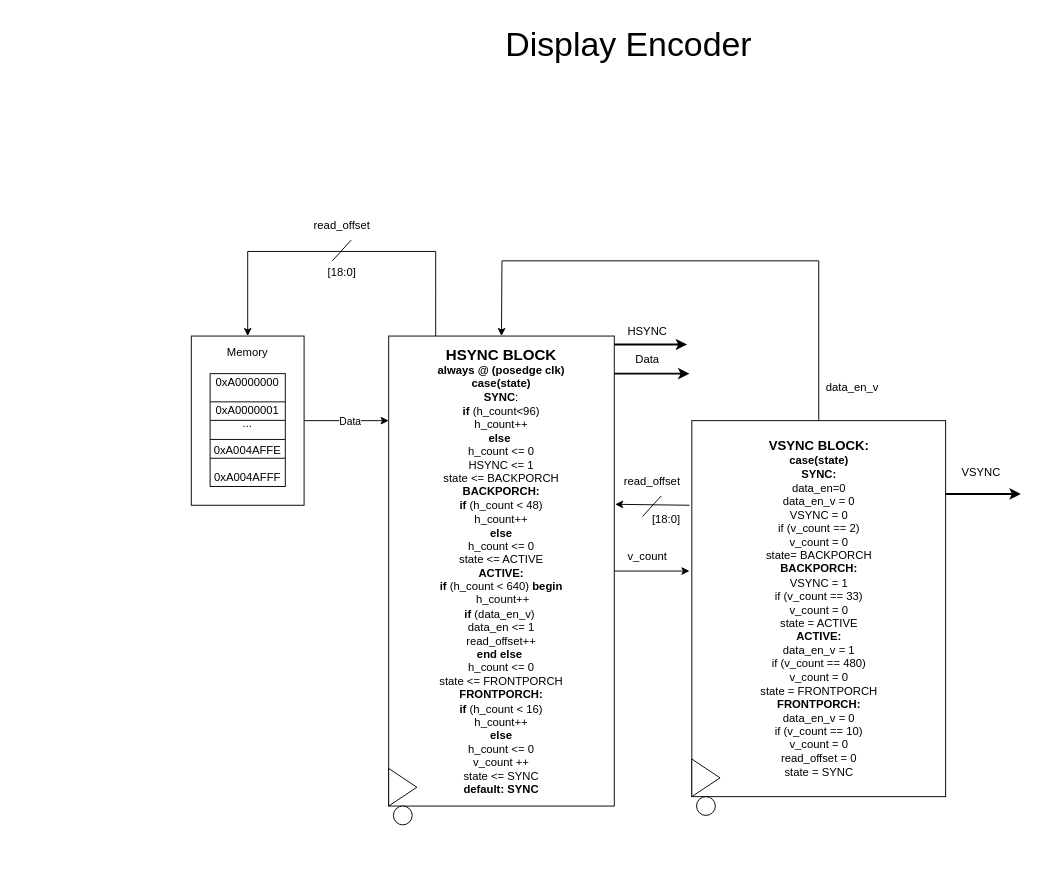
limichael246/STARS_2024 keeps this draw.io diagram as Display_Encoder.drawio. Above is the earlier version. Source tidied: cells renumbered, new cells numbered last; positions are measured from the earlier drawing's top-left corner, leaving out a move shared by most shapes. Both pictures are drawn from the tidied source at 94%, with x=0, y=0 at pixel (191, 16).
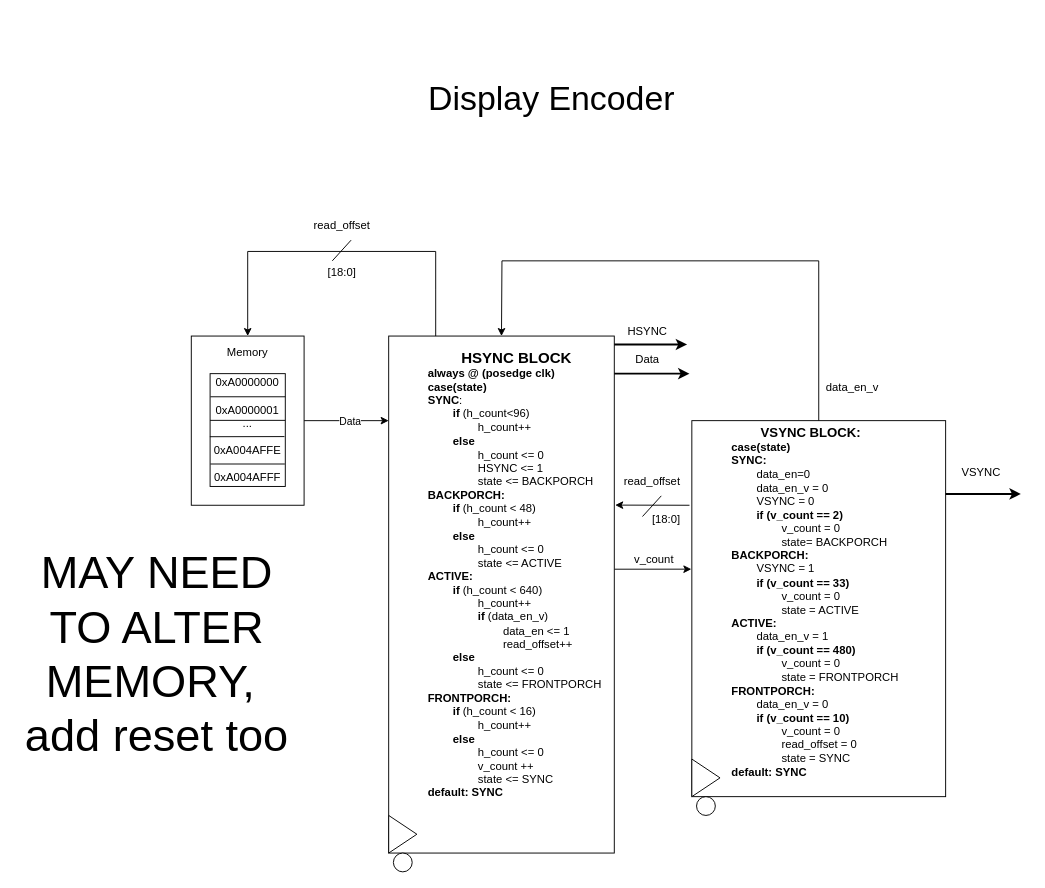
Above is the later version.

The change refers to these unchanged cells:
```xml
<mxCell id="6" value="0xA0000000&lt;div&gt;&lt;br&gt;&lt;div&gt;0xA0000001&lt;/div&gt;&lt;div&gt;&lt;span style=&quot;background-color: initial;&quot;&gt;...&lt;/span&gt;&lt;br&gt;&lt;/div&gt;&lt;div&gt;&lt;span style=&quot;background-color: initial;&quot;&gt;&lt;br&gt;&lt;/span&gt;&lt;/div&gt;&lt;div&gt;&lt;span style=&quot;background-color: initial;&quot;&gt;0xA004AFFE&lt;/span&gt;&lt;br&gt;&lt;/div&gt;&lt;div&gt;&lt;br&gt;&lt;/div&gt;&lt;div&gt;&lt;div&gt;0xA004AFFF&lt;/div&gt;&lt;/div&gt;&lt;/div&gt;" style="whiteSpace=wrap;html=1;" parent="1" vertex="1">
  <mxGeometry x="20" y="380" width="80" height="120" as="geometry" />
</mxCell>
```

Change to the diagram source:
```diff
@@
     <mxCell id="2" value="&lt;font style=&quot;font-size: 36px;&quot;&gt;Display Encoder&lt;/font&gt;" style="text;html=1;align=center;verticalAlign=middle;strokeColor=none;fillColor=none;" parent="1" vertex="1">
-      <mxGeometry x="320" width="290" height="60" as="geometry" />
+      <mxGeometry x="238" y="57" width="290" height="60" as="geometry" />
     </mxCell>
@@
-    <mxCell id="8" style="edgeStyle=none;rounded=0;orthogonalLoop=1;jettySize=auto;html=1;exitX=0;exitY=0.5;exitDx=0;exitDy=0;entryX=1;entryY=0.5;entryDx=0;entryDy=0;endArrow=none;endFill=0;" parent="1" edge="1">
-      <mxGeometry relative="1" as="geometry">
-        <mxPoint x="20" y="410" as="sourcePoint" />
-        <mxPoint x="100" y="410" as="targetPoint" />
-      </mxGeometry>
+    <mxCell id="8" style="edgeStyle=none;rounded=0;orthogonalLoop=1;jettySize=auto;html=1;exitX=0.004;exitY=0.205;exitDx=0;exitDy=0;entryX=1.001;entryY=0.205;entryDx=0;entryDy=0;endArrow=none;endFill=0;exitPerimeter=0;entryPerimeter=0;" parent="1" edge="1" source="6" target="6">
+      <mxGeometry relative="1" as="geometry" />
     </mxCell>
-    <mxCell id="9" style="edgeStyle=none;rounded=0;orthogonalLoop=1;jettySize=auto;html=1;exitX=0;exitY=0.5;exitDx=0;exitDy=0;entryX=1;entryY=0.5;entryDx=0;entryDy=0;endArrow=none;endFill=0;" parent="1" edge="1">
-      <mxGeometry relative="1" as="geometry">
-        <mxPoint x="20" y="470" as="sourcePoint" />
-        <mxPoint x="100" y="470" as="targetPoint" />
-      </mxGeometry>
+    <mxCell id="9" style="edgeStyle=none;rounded=0;orthogonalLoop=1;jettySize=auto;html=1;exitX=0.004;exitY=0.801;exitDx=0;exitDy=0;entryX=0.994;entryY=0.801;entryDx=0;entryDy=0;endArrow=none;endFill=0;exitPerimeter=0;entryPerimeter=0;" parent="1" edge="1" source="6" target="6">
+      <mxGeometry relative="1" as="geometry" />
     </mxCell>
-    <mxCell id="10" style="edgeStyle=none;rounded=0;orthogonalLoop=1;jettySize=auto;html=1;exitX=0;exitY=0.5;exitDx=0;exitDy=0;entryX=1;entryY=0.5;entryDx=0;entryDy=0;endArrow=none;endFill=0;" parent="1" edge="1">
-      <mxGeometry relative="1" as="geometry">
-        <mxPoint x="20" y="450" as="sourcePoint" />
-        <mxPoint x="100" y="450" as="targetPoint" />
-      </mxGeometry>
+    <mxCell id="10" style="edgeStyle=none;rounded=0;orthogonalLoop=1;jettySize=auto;html=1;exitX=-0.003;exitY=0.559;exitDx=0;exitDy=0;entryX=0.989;entryY=0.558;entryDx=0;entryDy=0;endArrow=none;endFill=0;exitPerimeter=0;entryPerimeter=0;" parent="1" edge="1" source="6" target="6">
+      <mxGeometry relative="1" as="geometry" />
     </mxCell>
-    <mxCell id="11" style="edgeStyle=none;rounded=0;jettySize=auto;html=1;exitX=1;exitY=0.5;exitDx=0;exitDy=0;" parent="1" edge="1" source="12">
+    <mxCell id="11" style="edgeStyle=none;rounded=0;jettySize=auto;html=1;exitX=1;exitY=0.451;exitDx=0;exitDy=0;exitPerimeter=0;" parent="1" edge="1" source="12">
       <mxGeometry relative="1" as="geometry">
-        <mxPoint x="530" y="590" as="targetPoint" />
+        <mxPoint x="532" y="588" as="targetPoint" />
       </mxGeometry>
     </mxCell>
-    <mxCell id="12" value="&lt;div&gt;&lt;b&gt;&lt;font size=&quot;3&quot;&gt;HSYNC BLOCK&lt;/font&gt;&lt;/b&gt;&lt;/div&gt;&lt;b&gt;always @ (posedge clk)&lt;/b&gt;&lt;div&gt;&lt;b&gt;case(state)&lt;/b&gt;&lt;/div&gt;&lt;div&gt;&lt;b&gt;SYNC&lt;/b&gt;:&lt;/div&gt;&lt;div&gt;&lt;b&gt;if &lt;/b&gt;(h_count&amp;lt;96)&lt;/div&gt;&lt;div&gt;h_count++&lt;/div&gt;&lt;div&gt;&lt;b&gt;else&lt;/b&gt;&amp;nbsp;&lt;/div&gt;&lt;div&gt;h_count &amp;lt;= 0&lt;/div&gt;&lt;div&gt;HSYNC &amp;lt;= 1&lt;/div&gt;&lt;div&gt;state &amp;lt;= BACKPORCH&lt;/div&gt;&lt;div&gt;&lt;b&gt;BACKPORCH:&lt;/b&gt;&lt;/div&gt;&lt;div&gt;&lt;b&gt;if&amp;nbsp;&lt;/b&gt;(h_count &amp;lt; 48)&lt;/div&gt;&lt;div&gt;h_count++&lt;/div&gt;&lt;div&gt;&lt;b&gt;else&lt;/b&gt;&lt;/div&gt;&lt;div&gt;h_count &amp;lt;= 0&lt;/div&gt;&lt;div&gt;state &amp;lt;= ACTIVE&lt;/div&gt;&lt;div&gt;&lt;b&gt;ACTIVE:&lt;/b&gt;&lt;/div&gt;&lt;div&gt;&lt;b&gt;if&lt;/b&gt; (h_count &amp;lt; 640) &lt;b&gt;begin&lt;/b&gt;&lt;/div&gt;&lt;div&gt;&amp;nbsp;h_count++&lt;/div&gt;&lt;div&gt;&lt;b style=&quot;background-color: initial;&quot;&gt;if &lt;/b&gt;&lt;span style=&quot;background-color: initial;&quot;&gt;(data_en_v)&amp;nbsp;&lt;/span&gt;&lt;/div&gt;&lt;div&gt;data_en &amp;lt;= 1&lt;/div&gt;&lt;div&gt;read_offset++&lt;/div&gt;&lt;div&gt;&lt;b&gt;end else&amp;nbsp;&lt;/b&gt;&lt;/div&gt;&lt;div&gt;h_count &amp;lt;= 0&lt;/div&gt;&lt;div&gt;state &amp;lt;= FRONTPORCH&lt;/div&gt;&lt;div&gt;&lt;b&gt;FRONTPORCH:&lt;/b&gt;&lt;/div&gt;&lt;div&gt;&lt;b&gt;if &lt;/b&gt;(h_count &amp;lt; 16)&lt;/div&gt;&lt;div&gt;h_count++&lt;/div&gt;&lt;div&gt;&lt;b&gt;else&lt;/b&gt;&lt;/div&gt;&lt;div&gt;h_count &amp;lt;= 0&lt;/div&gt;&lt;div&gt;v_count ++&lt;/div&gt;&lt;div&gt;state &amp;lt;= SYNC&lt;/div&gt;&lt;div&gt;&lt;b&gt;default: SYNC&lt;/b&gt;&lt;/div&gt;" style="whiteSpace=wrap;html=1;" parent="1" vertex="1">
-      <mxGeometry x="210" y="340" width="240" height="500" as="geometry" />
+    <mxCell id="12" value="&lt;blockquote style=&quot;margin: 0 0 0 40px; border: none; padding: 0px;&quot;&gt;&lt;div&gt;&lt;b&gt;&lt;font size=&quot;3&quot;&gt;&lt;span style=&quot;white-space: pre;&quot;&gt;&#9;&lt;/span&gt;HSYNC BLOCK&lt;/font&gt;&lt;/b&gt;&lt;/div&gt;&lt;b&gt;always @ (posedge clk)&lt;/b&gt;&lt;div&gt;&lt;b&gt;case(state)&lt;/b&gt;&lt;/div&gt;&lt;div&gt;&lt;b&gt;SYNC&lt;/b&gt;:&lt;/div&gt;&lt;div&gt;&lt;b&gt;&lt;span style=&quot;white-space: pre;&quot;&gt;&#9;&lt;/span&gt;if &lt;/b&gt;(h_count&amp;lt;96)&lt;/div&gt;&lt;div&gt;&lt;span style=&quot;white-space: pre;&quot;&gt;&#9;&lt;/span&gt;&lt;span style=&quot;white-space: pre;&quot;&gt;&#9;&lt;/span&gt;h_count++&lt;/div&gt;&lt;div&gt;&lt;b&gt;&lt;span style=&quot;white-space: pre;&quot;&gt;&#9;&lt;/span&gt;else&lt;/b&gt;&amp;nbsp;&lt;/div&gt;&lt;div&gt;&lt;span style=&quot;white-space: pre;&quot;&gt;&#9;&lt;/span&gt;&lt;span style=&quot;white-space: pre;&quot;&gt;&#9;&lt;/span&gt;h_count &amp;lt;= 0&lt;/div&gt;&lt;div&gt;&lt;span style=&quot;white-space: pre;&quot;&gt;&#9;&lt;/span&gt;&lt;span style=&quot;white-space: pre;&quot;&gt;&#9;&lt;/span&gt;HSYNC &amp;lt;= 1&lt;/div&gt;&lt;div&gt;&lt;span style=&quot;white-space: pre;&quot;&gt;&#9;&lt;/span&gt;&lt;span style=&quot;white-space: pre;&quot;&gt;&#9;&lt;/span&gt;state &amp;lt;= BACKPORCH&lt;/div&gt;&lt;div&gt;&lt;b&gt;BACKPORCH:&lt;/b&gt;&lt;/div&gt;&lt;div&gt;&lt;b&gt;&lt;span style=&quot;white-space: pre;&quot;&gt;&#9;&lt;/span&gt;if&amp;nbsp;&lt;/b&gt;(h_count &amp;lt; 48)&lt;/div&gt;&lt;div&gt;&lt;span style=&quot;white-space: pre;&quot;&gt;&#9;&lt;/span&gt;&lt;span style=&quot;white-space: pre;&quot;&gt;&#9;&lt;/span&gt;h_count++&lt;/div&gt;&lt;div&gt;&lt;b&gt;&lt;span style=&quot;white-space: pre;&quot;&gt;&#9;&lt;/span&gt;else&lt;/b&gt;&lt;/div&gt;&lt;div&gt;&lt;span style=&quot;white-space: pre;&quot;&gt;&#9;&lt;/span&gt;&lt;span style=&quot;white-space: pre;&quot;&gt;&#9;&lt;/span&gt;h_count &amp;lt;= 0&lt;/div&gt;&lt;div&gt;&lt;span style=&quot;white-space: pre;&quot;&gt;&#9;&lt;/span&gt;&lt;span style=&quot;white-space: pre;&quot;&gt;&#9;&lt;/span&gt;state &amp;lt;= ACTIVE&lt;/div&gt;&lt;div&gt;&lt;b&gt;ACTIVE:&lt;/b&gt;&lt;/div&gt;&lt;div&gt;&lt;b&gt;&lt;span style=&quot;white-space: pre;&quot;&gt;&#9;&lt;/span&gt;if&lt;/b&gt; (h_count &amp;lt; 640)&amp;nbsp;&lt;/div&gt;&lt;div&gt;&amp;nbsp;&lt;span style=&quot;white-space: pre;&quot;&gt;&#9;&lt;/span&gt;&lt;span style=&quot;white-space: pre;&quot;&gt;&#9;&lt;/span&gt;h_count++&lt;/div&gt;&lt;div&gt;&lt;b style=&quot;background-color: initial;&quot;&gt;&lt;span style=&quot;white-space: pre;&quot;&gt;&#9;&lt;span style=&quot;white-space: pre;&quot;&gt;&#9;&lt;/span&gt;&lt;/span&gt;if &lt;/b&gt;&lt;span style=&quot;background-color: initial;&quot;&gt;(data_en_v)&amp;nbsp;&lt;/span&gt;&lt;/div&gt;&lt;div&gt;&lt;span style=&quot;white-space: pre;&quot;&gt;&#9;&lt;/span&gt;&lt;span style=&quot;white-space: pre;&quot;&gt;&#9;&lt;span style=&quot;white-space: pre;&quot;&gt;&#9;&lt;/span&gt;&lt;/span&gt;data_en &amp;lt;= 1&lt;/div&gt;&lt;div&gt;&lt;span style=&quot;white-space: pre;&quot;&gt;&#9;&lt;/span&gt;&lt;span style=&quot;white-space: pre;&quot;&gt;&#9;&lt;span style=&quot;white-space: pre;&quot;&gt;&#9;&lt;/span&gt;&lt;/span&gt;read_offset++&lt;/div&gt;&lt;div&gt;&lt;b&gt;&lt;span style=&quot;white-space: pre;&quot;&gt;&#9;&lt;/span&gt;else&amp;nbsp;&lt;/b&gt;&lt;/div&gt;&lt;div&gt;&lt;span style=&quot;white-space: pre;&quot;&gt;&#9;&lt;/span&gt;&lt;span style=&quot;white-space: pre;&quot;&gt;&#9;&lt;/span&gt;h_count &amp;lt;= 0&lt;/div&gt;&lt;div&gt;&lt;span style=&quot;white-space: pre;&quot;&gt;&#9;&lt;/span&gt;&lt;span style=&quot;white-space: pre;&quot;&gt;&#9;&lt;/span&gt;state &amp;lt;= FRONTPORCH&lt;/div&gt;&lt;div&gt;&lt;b&gt;FRONTPORCH:&lt;/b&gt;&lt;/div&gt;&lt;div&gt;&lt;b&gt;&lt;span style=&quot;white-space: pre;&quot;&gt;&#9;&lt;/span&gt;if &lt;/b&gt;(h_count &amp;lt; 16)&lt;/div&gt;&lt;div&gt;&lt;span style=&quot;white-space: pre;&quot;&gt;&#9;&lt;/span&gt;&lt;span style=&quot;white-space: pre;&quot;&gt;&#9;&lt;/span&gt;h_count++&lt;/div&gt;&lt;div&gt;&lt;b&gt;&lt;span style=&quot;white-space: pre;&quot;&gt;&#9;&lt;/span&gt;else&lt;/b&gt;&lt;/div&gt;&lt;div&gt;&lt;span style=&quot;white-space: pre;&quot;&gt;&#9;&lt;/span&gt;&lt;span style=&quot;white-space: pre;&quot;&gt;&#9;&lt;/span&gt;h_count &amp;lt;= 0&lt;/div&gt;&lt;div&gt;&lt;span style=&quot;white-space: pre;&quot;&gt;&#9;&lt;/span&gt;&lt;span style=&quot;white-space: pre;&quot;&gt;&#9;&lt;/span&gt;v_count ++&lt;/div&gt;&lt;div&gt;&lt;span style=&quot;white-space: pre;&quot;&gt;&#9;&lt;span style=&quot;white-space: pre;&quot;&gt;&#9;&lt;/span&gt;&lt;/span&gt;state &amp;lt;= SYNC&lt;/div&gt;&lt;div&gt;&lt;b&gt;default: SYNC&lt;/b&gt;&lt;/div&gt;&lt;div&gt;&lt;b&gt;&lt;br&gt;&lt;/b&gt;&lt;/div&gt;&lt;div&gt;&lt;b&gt;&lt;br&gt;&lt;/b&gt;&lt;/div&gt;&lt;/blockquote&gt;&lt;div&gt;&lt;b&gt;&lt;br&gt;&lt;/b&gt;&lt;/div&gt;" style="whiteSpace=wrap;html=1;align=left;" parent="1" vertex="1">
+      <mxGeometry x="210" y="340" width="240" height="550" as="geometry" />
     </mxCell>
     <mxCell id="13" style="triangle;whiteSpace=wrap;html=1;" parent="1" vertex="1">
-      <mxGeometry x="210" y="800" width="30" height="40" as="geometry" />
+      <mxGeometry x="210" y="850" width="30" height="40" as="geometry" />
     </mxCell>
     <mxCell id="14" style="ellipse;whiteSpace=wrap;html=1;" parent="1" vertex="1">
-      <mxGeometry x="215" y="840" width="20" height="20" as="geometry" />
+      <mxGeometry x="215" y="890" width="20" height="20" as="geometry" />
     </mxCell>
@@
-    <mxCell id="17" value="&lt;b&gt;&lt;font style=&quot;font-size: 14px;&quot;&gt;VSYNC BLOCK:&lt;/font&gt;&lt;/b&gt;&lt;div&gt;&lt;b&gt;case(state)&lt;/b&gt;&lt;/div&gt;&lt;div&gt;&lt;b&gt;SYNC:&lt;/b&gt;&lt;br&gt;&lt;div&gt;data_en=0&lt;/div&gt;&lt;div&gt;data_en_v = 0&lt;/div&gt;&lt;div&gt;VSYNC = 0&lt;/div&gt;&lt;div&gt;&lt;div&gt;if (v_count == 2)&lt;/div&gt;&lt;div&gt;v_count = 0&lt;/div&gt;&lt;/div&gt;&lt;div&gt;state= BACKPORCH&lt;/div&gt;&lt;div&gt;&lt;b&gt;BACKPORCH:&lt;/b&gt;&lt;/div&gt;&lt;div&gt;VSYNC = 1&lt;/div&gt;&lt;div&gt;&lt;div&gt;&lt;div&gt;if (v_count == 33)&lt;/div&gt;&lt;div&gt;v_count = 0&lt;/div&gt;&lt;/div&gt;&lt;div&gt;state = ACTIVE&lt;/div&gt;&lt;/div&gt;&lt;div&gt;&lt;b&gt;ACTIVE:&lt;/b&gt;&lt;/div&gt;&lt;div&gt;data_en_v = 1&lt;/div&gt;&lt;div&gt;&lt;div&gt;&lt;div&gt;if (v_count == 480)&lt;/div&gt;&lt;div&gt;v_count = 0&lt;/div&gt;&lt;/div&gt;&lt;div&gt;state = FRONTPORCH&lt;/div&gt;&lt;/div&gt;&lt;div&gt;&lt;b&gt;FRONTPORCH:&lt;/b&gt;&lt;br&gt;&lt;/div&gt;&lt;div&gt;data_en_v = 0&lt;/div&gt;&lt;/div&gt;&lt;div&gt;&lt;div&gt;&lt;div&gt;if (v_count == 10)&lt;/div&gt;&lt;div&gt;v_count = 0&lt;/div&gt;&lt;/div&gt;&lt;div&gt;read_offset = 0&lt;/div&gt;&lt;div&gt;state = SYNC&lt;/div&gt;&lt;/div&gt;" style="whiteSpace=wrap;html=1;" parent="1" vertex="1">
+    <mxCell id="17" value="&lt;blockquote style=&quot;margin: 0 0 0 40px; border: none; padding: 0px;&quot;&gt;&lt;b&gt;&lt;font style=&quot;font-size: 14px;&quot;&gt;&lt;span style=&quot;white-space: pre;&quot;&gt;&#9;&lt;/span&gt;VSYNC BLOCK:&lt;/font&gt;&lt;/b&gt;&lt;div&gt;&lt;b&gt;case(state)&lt;/b&gt;&lt;/div&gt;&lt;div&gt;&lt;b&gt;SYNC:&lt;/b&gt;&lt;/div&gt;&lt;div&gt;&lt;div&gt;&lt;span style=&quot;white-space: pre;&quot;&gt;&#9;&lt;/span&gt;data_en=0&lt;/div&gt;&lt;/div&gt;&lt;div&gt;&lt;div&gt;&lt;span style=&quot;white-space: pre;&quot;&gt;&#9;&lt;/span&gt;data_en_v = 0&lt;/div&gt;&lt;/div&gt;&lt;div&gt;&lt;div&gt;&lt;span style=&quot;white-space: pre;&quot;&gt;&#9;&lt;/span&gt;VSYNC = 0&lt;/div&gt;&lt;/div&gt;&lt;div&gt;&lt;div&gt;&lt;div&gt;&lt;b&gt;&lt;span style=&quot;white-space: pre;&quot;&gt;&#9;&lt;/span&gt;if (v_count == 2)&lt;/b&gt;&lt;/div&gt;&lt;/div&gt;&lt;/div&gt;&lt;div&gt;&lt;div&gt;&lt;div&gt;&lt;span style=&quot;white-space: pre;&quot;&gt;&#9;&lt;span style=&quot;white-space: pre;&quot;&gt;&#9;&lt;/span&gt;&lt;/span&gt;v_count = 0&lt;/div&gt;&lt;/div&gt;&lt;/div&gt;&lt;div&gt;&lt;div&gt;&lt;span style=&quot;white-space: pre;&quot;&gt;&#9;&lt;span style=&quot;white-space: pre;&quot;&gt;&#9;&lt;/span&gt;&lt;/span&gt;state= BACKPORCH&lt;/div&gt;&lt;/div&gt;&lt;div&gt;&lt;div&gt;&lt;b&gt;BACKPORCH:&lt;/b&gt;&lt;/div&gt;&lt;/div&gt;&lt;div&gt;&lt;div&gt;&lt;span style=&quot;white-space: pre;&quot;&gt;&#9;&lt;/span&gt;VSYNC = 1&lt;/div&gt;&lt;/div&gt;&lt;div&gt;&lt;div&gt;&lt;div&gt;&lt;div&gt;&lt;b&gt;&lt;span style=&quot;white-space: pre;&quot;&gt;&#9;&lt;/span&gt;if (v_count == 33)&lt;/b&gt;&lt;/div&gt;&lt;/div&gt;&lt;/div&gt;&lt;/div&gt;&lt;div&gt;&lt;div&gt;&lt;div&gt;&lt;div&gt;&lt;span style=&quot;white-space: pre;&quot;&gt;&#9;&lt;span style=&quot;white-space: pre;&quot;&gt;&#9;&lt;/span&gt;&lt;/span&gt;v_count = 0&lt;/div&gt;&lt;/div&gt;&lt;/div&gt;&lt;/div&gt;&lt;div&gt;&lt;div&gt;&lt;div&gt;&lt;span style=&quot;white-space: pre;&quot;&gt;&#9;&lt;span style=&quot;white-space: pre;&quot;&gt;&#9;&lt;/span&gt;&lt;/span&gt;state = ACTIVE&lt;/div&gt;&lt;/div&gt;&lt;/div&gt;&lt;div&gt;&lt;div&gt;&lt;b&gt;ACTIVE:&lt;/b&gt;&lt;/div&gt;&lt;/div&gt;&lt;div&gt;&lt;div&gt;&lt;span style=&quot;white-space: pre;&quot;&gt;&#9;&lt;/span&gt;data_en_v = 1&lt;/div&gt;&lt;/div&gt;&lt;div&gt;&lt;div&gt;&lt;div&gt;&lt;div&gt;&lt;b&gt;&lt;span style=&quot;white-space: pre;&quot;&gt;&#9;&lt;/span&gt;if (v_count == 480)&lt;/b&gt;&lt;/div&gt;&lt;/div&gt;&lt;/div&gt;&lt;/div&gt;&lt;div&gt;&lt;div&gt;&lt;div&gt;&lt;div&gt;&lt;span style=&quot;white-space: pre;&quot;&gt;&#9;&lt;/span&gt;&lt;span style=&quot;white-space: pre;&quot;&gt;&#9;&lt;/span&gt;v_count = 0&lt;/div&gt;&lt;/div&gt;&lt;/div&gt;&lt;/div&gt;&lt;div&gt;&lt;div&gt;&lt;div&gt;&lt;span style=&quot;white-space: pre;&quot;&gt;&#9;&lt;/span&gt;&lt;span style=&quot;white-space: pre;&quot;&gt;&#9;&lt;/span&gt;state = FRONTPORCH&lt;/div&gt;&lt;/div&gt;&lt;/div&gt;&lt;div&gt;&lt;div&gt;&lt;b&gt;FRONTPORCH:&lt;/b&gt;&lt;/div&gt;&lt;/div&gt;&lt;div&gt;&lt;div&gt;&lt;span style=&quot;white-space: pre;&quot;&gt;&#9;&lt;/span&gt;data_en_v = 0&lt;/div&gt;&lt;/div&gt;&lt;div&gt;&lt;div&gt;&lt;div&gt;&lt;b&gt;&lt;span style=&quot;white-space: pre;&quot;&gt;&#9;&lt;/span&gt;if (v_count == 10)&lt;/b&gt;&lt;/div&gt;&lt;/div&gt;&lt;/div&gt;&lt;div&gt;&lt;div&gt;&lt;div&gt;&lt;span style=&quot;white-space: pre;&quot;&gt;&#9;&lt;/span&gt;&lt;span style=&quot;white-space: pre;&quot;&gt;&#9;&lt;/span&gt;v_count = 0&lt;/div&gt;&lt;/div&gt;&lt;/div&gt;&lt;div&gt;&lt;div&gt;&lt;span style=&quot;white-space: pre;&quot;&gt;&#9;&lt;/span&gt;&lt;span style=&quot;white-space: pre;&quot;&gt;&#9;&lt;/span&gt;read_offset = 0&lt;/div&gt;&lt;/div&gt;&lt;div&gt;&lt;div&gt;&lt;span style=&quot;white-space: pre;&quot;&gt;&#9;&lt;/span&gt;&lt;span style=&quot;white-space: pre;&quot;&gt;&#9;&lt;/span&gt;state = SYNC&lt;/div&gt;&lt;/div&gt;&lt;div&gt;&lt;div&gt;&lt;b&gt;default: SYNC&lt;/b&gt;&lt;/div&gt;&lt;/div&gt;&lt;div&gt;&lt;b&gt;&lt;br&gt;&lt;/b&gt;&lt;/div&gt;&lt;/blockquote&gt;" style="whiteSpace=wrap;html=1;align=left;" parent="1" vertex="1">
       <mxGeometry x="532.5" y="430" width="270" height="400" as="geometry" />
     </mxCell>
@@
     <mxCell id="26" value="v_count" style="text;html=1;align=center;verticalAlign=middle;strokeColor=none;fillColor=none;" parent="1" vertex="1">
-      <mxGeometry x="450" y="560" width="70" height="30" as="geometry" />
+      <mxGeometry x="457" y="563" width="70" height="30" as="geometry" />
     </mxCell>
@@
-    <mxCell id="31" style="endArrow=classic;html=1;rounded=0;entryX=1.004;entryY=0.358;entryDx=0;entryDy=0;entryPerimeter=0;" parent="1" edge="1" target="12">
+    <mxCell id="31" style="endArrow=classic;html=1;rounded=0;entryX=1.004;entryY=0.327;entryDx=0;entryDy=0;entryPerimeter=0;" parent="1" edge="1" target="12">
       <mxGeometry relative="1" as="geometry">
         <mxPoint x="530" y="520" as="sourcePoint" />
       </mxGeometry>
     </mxCell>
@@
+    <mxCell id="35" value="&lt;font style=&quot;font-size: 48px;&quot;&gt;MAY NEED&lt;/font&gt;&lt;div&gt;&lt;font style=&quot;font-size: 48px;&quot;&gt;TO ALTER&lt;/font&gt;&lt;/div&gt;&lt;div&gt;&lt;font style=&quot;font-size: 48px;&quot;&gt;MEMORY,&amp;nbsp;&lt;/font&gt;&lt;/div&gt;&lt;div&gt;&lt;font style=&quot;font-size: 48px;&quot;&gt;add reset too&lt;/font&gt;&lt;/div&gt;" style="text;html=1;align=center;verticalAlign=middle;strokeColor=none;fillColor=none;" parent="1" vertex="1">
+      <mxGeometry x="-186" y="558" width="298" height="242" as="geometry" />
+    </mxCell>
```
